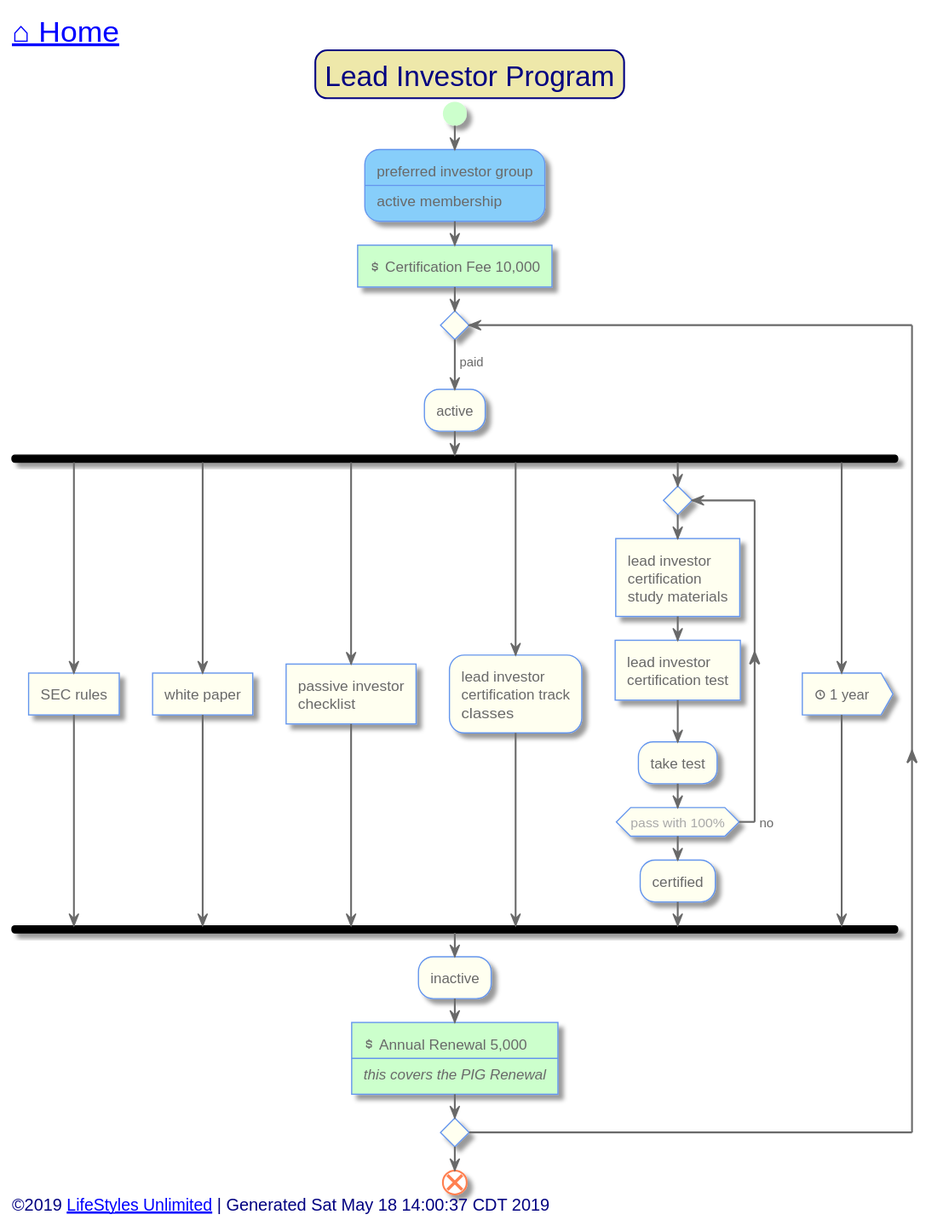
Above: out/src/multi-family/lead-investor-program.svg in toddmo/lifestylesunlimited (PlantUML), before the change. Source of this version:
```plantuml
@startuml lead-investor-program


skinparam {
  BorderColor Red
  PathHoverColor Blue
}

skinparam Title {
  FontColor Navy
  BackgroundColor PaleGoldenRod
  BorderColor Navy
  BorderRoundCorner 20
  FontSize 24
}

skinparam activity {
  BackgroundColor Ivory
  BorderColor CornflowerBlue
  BorderThickness 1
  FontColor DimGray


  Arrow {
    Color dimgray
    FontColor dimgray
  }

  Start {
    Color PHYSICAL
  }

  End {
    Color Coral
  }

  Diamond {
    BackgroundColor Ivory
    BorderColor CornflowerBlue
    FontColor DarkGray
  }

  BackgroundColor<< Exception >> Red
	BorderColor<< Exception >> White
}

skinparam Swimlane {
  BorderColor CornflowerBlue
}

skinparam Partition {
  BackgroundColor Ivory
  BorderColor CornflowerBlue
  BorderThickness 1
  FontColor CornflowerBlue
  FontSize 16
  BorderRoundCorner 20
}

skinparam Note {
  BackgroundColor LightSteelBlue
  BorderColor CornflowerBlue
  FontColor White
}

skinparam Legend {
  BackgroundColor LightSteelBlue
  BorderColor CornflowerBlue
  FontColor White
}

skinparam Footer {
  FontColor Navy
}


left header
	<font color=Navy size=24>[[../index.svg?sanitize=true ⌂ Home]]</font>
endheader


	Title Lead Investor Program

	start

	[[preferred-investor-group-program.svg?sanitize=true]]#LightSkyBlue:preferred investor group\n----\nactive membership;
	#PHYSICAL:<&dollar> Certification Fee 10,000]

	repeat
		->paid;
		:active;
		fork
			:SEC rules]
		fork again
			:white paper]
		fork again
			:passive investor\nchecklist]
		fork again
			:lead investor\ncertification track\nclasses;
		fork again
			repeat
			:lead investor\ncertification\nstudy materials]
			:lead investor\ncertification test]
			:take test;
			repeat while (pass with 100%)->no
			:certified;
		fork again
			:<&clock> 1 year>
		end fork

		:inactive;

		#PHYSICAL:<&dollar> Annual Renewal 5,000
		----
		<i>this covers the PIG Renewal]
	repeat while ()


	end


left footer
	<font size=14>©2019 [[http://www.lifestylesunlimited.com LifeStyles Unlimited]] | Generated Sat May 18 14:00:37 CDT 2019</font>
endfooter


@enduml
```
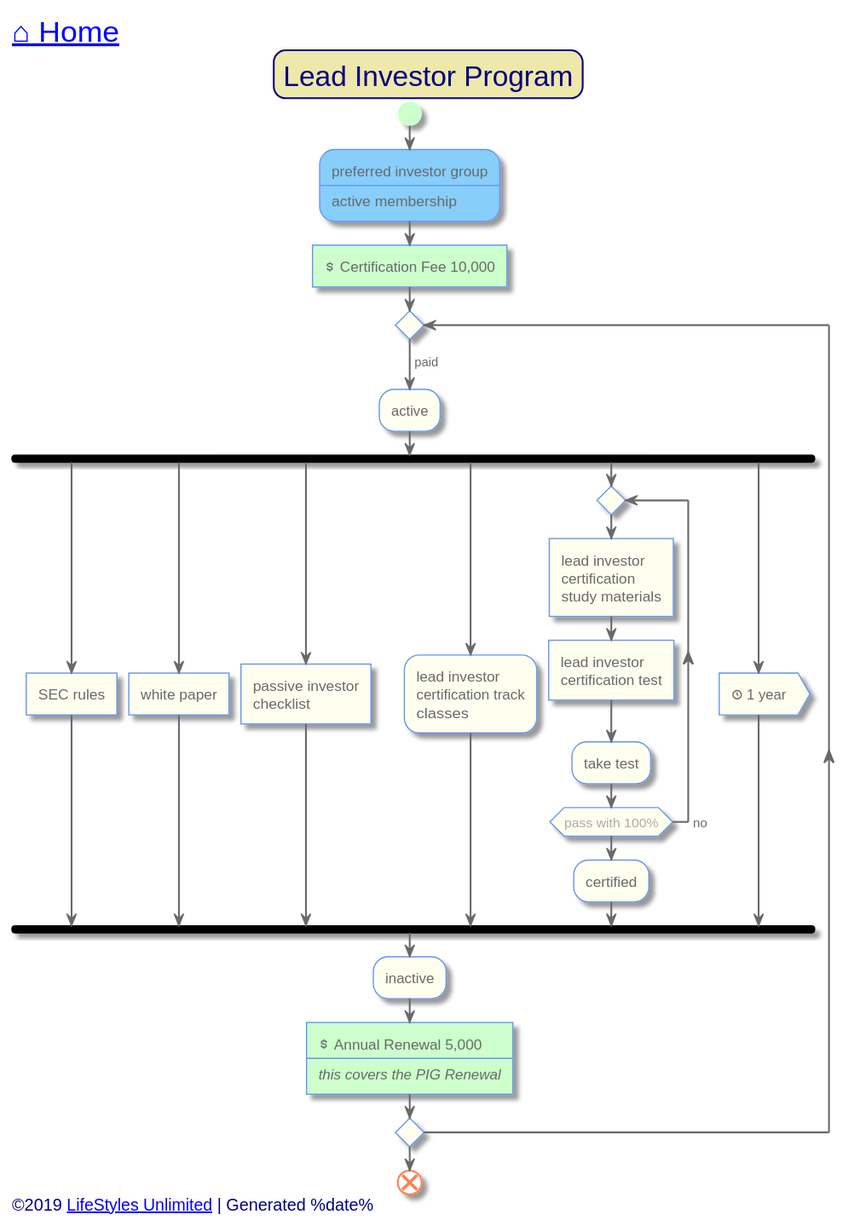
Above is the later version.

The edit, as a diff of the source:
```diff
@@ -120,7 +120,7 @@
 
 
 left footer
-	<font size=14>©2019 [[http://www.lifestylesunlimited.com LifeStyles Unlimited]] | Generated Sat May 18 14:00:37 CDT 2019</font>
+	<font size=14>©2019 [[http://www.lifestylesunlimited.com LifeStyles Unlimited]] | Generated %date%</font>
 endfooter
 
 
```
